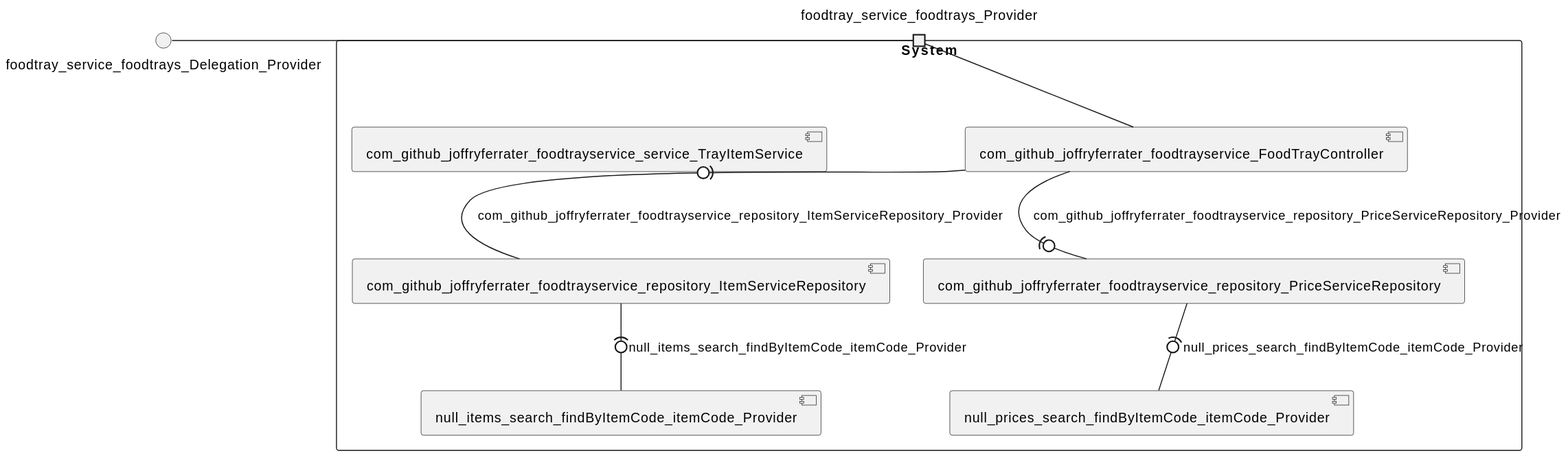
The PlantUML diagram jferrater-tap-and-eat-microservices/model_re/uml/systemDiagram.svg in View-Based-Reverse-Engineering/Retriever-Benchmark, before a commit.
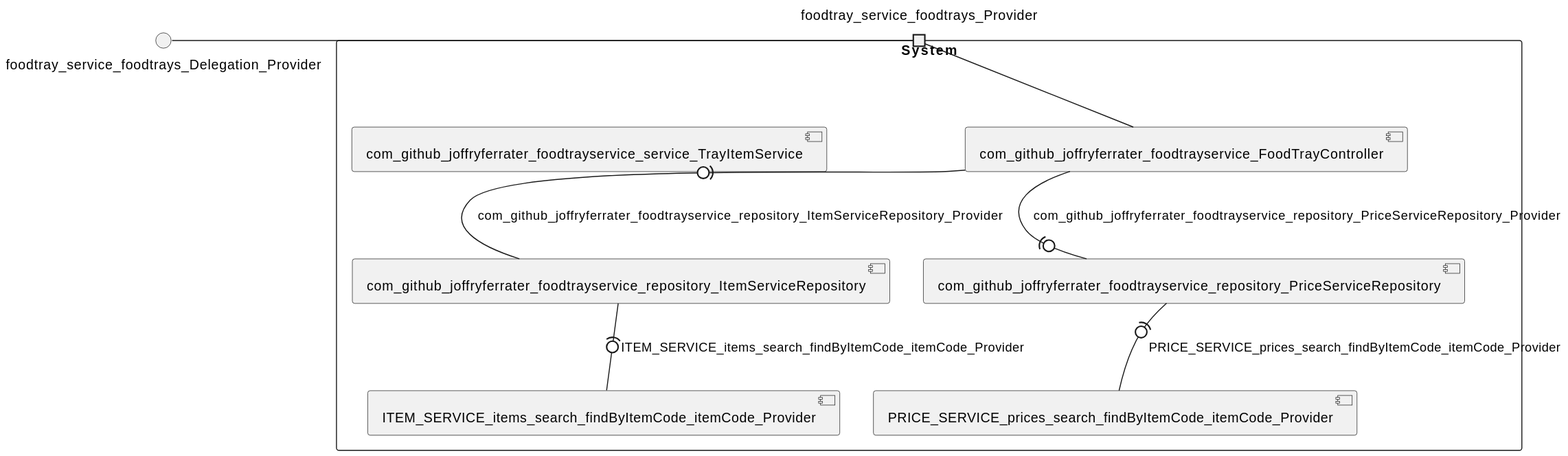
The same file after the commit.

The edit, as a diff of the source:
```diff
@@ -3,18 +3,18 @@
 skinparam componentStyle uml2
 () foodtray_service_foodtrays_Delegation_Provider
 rectangle System {
-[com_github_joffryferrater_foodtrayservice_FoodTrayController] [[jferrater-tap-and-eat-microservices.repository#_UAa_hsBFEe6R_Pe_V9rdYg]]
-[com_github_joffryferrater_foodtrayservice_repository_ItemServiceRepository] [[jferrater-tap-and-eat-microservices.repository#_UAa_hsBFEe6R_Pe_V9rdYg]]
-[com_github_joffryferrater_foodtrayservice_repository_PriceServiceRepository] [[jferrater-tap-and-eat-microservices.repository#_UAa_hsBFEe6R_Pe_V9rdYg]]
-[com_github_joffryferrater_foodtrayservice_service_TrayItemService] [[jferrater-tap-and-eat-microservices.repository#_UAa_hsBFEe6R_Pe_V9rdYg]]
-[null_items_search_findByItemCode_itemCode_Provider] [[jferrater-tap-and-eat-microservices.repository#_UAa_hsBFEe6R_Pe_V9rdYg]]
-[null_prices_search_findByItemCode_itemCode_Provider] [[jferrater-tap-and-eat-microservices.repository#_UAa_hsBFEe6R_Pe_V9rdYg]]
+[ITEM_SERVICE_items_search_findByItemCode_itemCode_Provider] [[jferrater-tap-and-eat-microservices.repository#_o5-4tjeAEe-NhtBZKbmtFA]]
+[PRICE_SERVICE_prices_search_findByItemCode_itemCode_Provider] [[jferrater-tap-and-eat-microservices.repository#_o5-4tjeAEe-NhtBZKbmtFA]]
+[com_github_joffryferrater_foodtrayservice_FoodTrayController] [[jferrater-tap-and-eat-microservices.repository#_o5-4tjeAEe-NhtBZKbmtFA]]
+[com_github_joffryferrater_foodtrayservice_repository_ItemServiceRepository] [[jferrater-tap-and-eat-microservices.repository#_o5-4tjeAEe-NhtBZKbmtFA]]
+[com_github_joffryferrater_foodtrayservice_repository_PriceServiceRepository] [[jferrater-tap-and-eat-microservices.repository#_o5-4tjeAEe-NhtBZKbmtFA]]
+[com_github_joffryferrater_foodtrayservice_service_TrayItemService] [[jferrater-tap-and-eat-microservices.repository#_o5-4tjeAEe-NhtBZKbmtFA]]
+[com_github_joffryferrater_foodtrayservice_repository_ItemServiceRepository] -(0- [ITEM_SERVICE_items_search_findByItemCode_itemCode_Provider] : ITEM_SERVICE_items_search_findByItemCode_itemCode_Provider
+[com_github_joffryferrater_foodtrayservice_repository_PriceServiceRepository] -(0- [PRICE_SERVICE_prices_search_findByItemCode_itemCode_Provider] : PRICE_SERVICE_prices_search_findByItemCode_itemCode_Provider
 [com_github_joffryferrater_foodtrayservice_FoodTrayController] -(0- [com_github_joffryferrater_foodtrayservice_repository_ItemServiceRepository] : com_github_joffryferrater_foodtrayservice_repository_ItemServiceRepository_Provider
 [com_github_joffryferrater_foodtrayservice_FoodTrayController] -(0- [com_github_joffryferrater_foodtrayservice_repository_PriceServiceRepository] : com_github_joffryferrater_foodtrayservice_repository_PriceServiceRepository_Provider
 port foodtray_service_foodtrays_Provider
 foodtray_service_foodtrays_Delegation_Provider - foodtray_service_foodtrays_Provider
 foodtray_service_foodtrays_Provider - [com_github_joffryferrater_foodtrayservice_FoodTrayController]
-[com_github_joffryferrater_foodtrayservice_repository_ItemServiceRepository] -(0- [null_items_search_findByItemCode_itemCode_Provider] : null_items_search_findByItemCode_itemCode_Provider
-[com_github_joffryferrater_foodtrayservice_repository_PriceServiceRepository] -(0- [null_prices_search_findByItemCode_itemCode_Provider] : null_prices_search_findByItemCode_itemCode_Provider
 }
 @enduml
```
